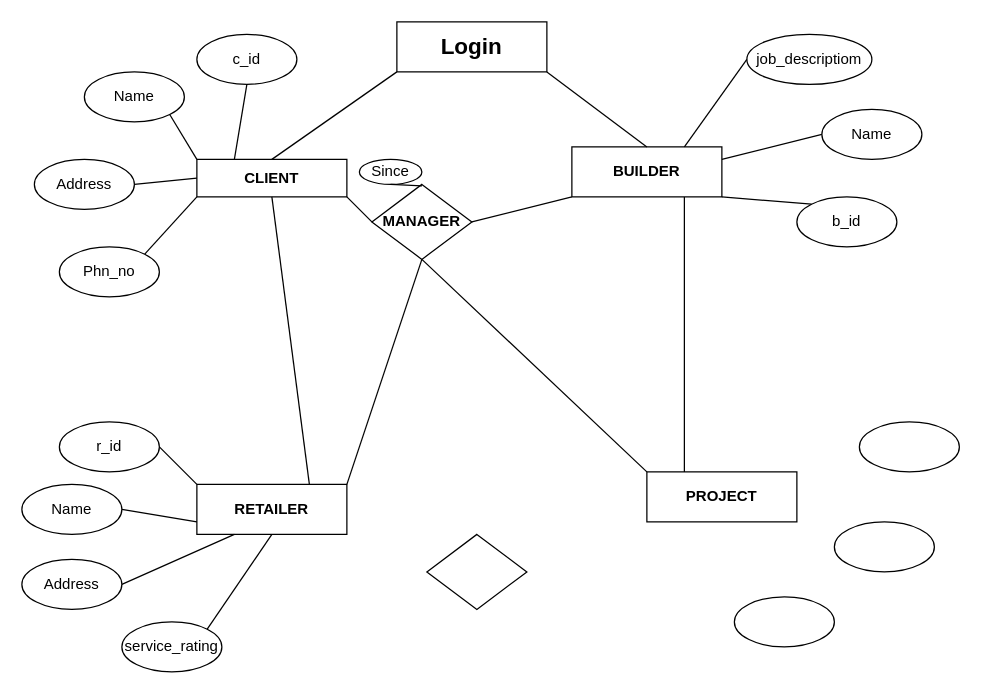
Before: ER.drawio in anjana02/Construction_Management_Project, a draw.io diagram. Source tidied: cells renumbered, new cells numbered last; positions are measured from the earlier drawing's top-left corner, leaving out a move shared by most shapes. Both pictures are drawn from the tidied source at 125%, with x=0, y=0 at pixel (21, 21).
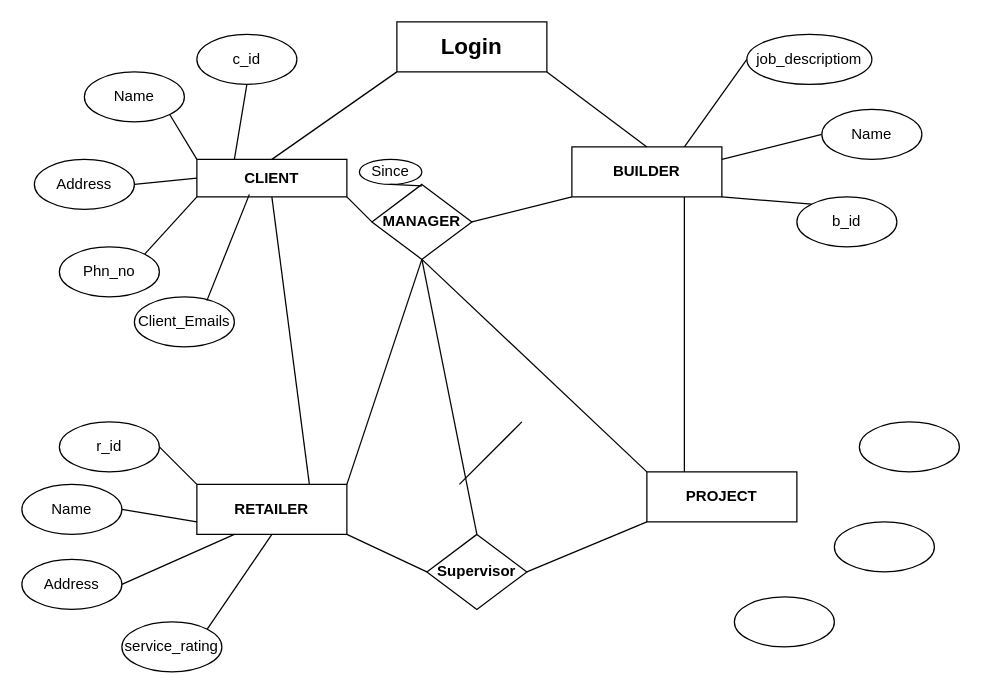
The same page after the edit.

The change refers to these unchanged cells:
```xml
<mxCell id="2" value="&lt;b&gt;CLIENT&lt;/b&gt;" style="rounded=0;whiteSpace=wrap;html=1;" parent="1" vertex="1">
  <mxGeometry x="140" y="110" width="120" height="30" as="geometry" />
</mxCell>
<mxCell id="4" value="&lt;b&gt;PROJECT&lt;/b&gt;" style="rounded=0;whiteSpace=wrap;html=1;" parent="1" vertex="1">
  <mxGeometry x="500" y="360" width="120" height="40" as="geometry" />
</mxCell>
<mxCell id="5" value="&lt;b&gt;RETAILER&lt;/b&gt;" style="rounded=0;whiteSpace=wrap;html=1;" parent="1" vertex="1">
  <mxGeometry x="140" y="370" width="120" height="40" as="geometry" />
</mxCell>
<mxCell id="13" value="&lt;b&gt;MANAGER&lt;/b&gt;" style="rhombus;whiteSpace=wrap;html=1;" parent="1" vertex="1">
  <mxGeometry x="280" y="130" width="80" height="60" as="geometry" />
</mxCell>
```

What changed in the source:
```diff
@@
-    <mxCell id="43" style="rhombus;whiteSpace=wrap;html=1;" parent="1" vertex="1">
+    <mxCell id="43" value="&lt;b&gt;Supervisor&lt;/b&gt;" style="rhombus;whiteSpace=wrap;html=1;" parent="1" vertex="1">
       <mxGeometry x="324" y="410" width="80" height="60" as="geometry" />
     </mxCell>
+    <mxCell id="44" value="Client_Emails" style="ellipse;whiteSpace=wrap;html=1;" parent="1" vertex="1">
+      <mxGeometry x="90" y="220" width="80" height="40" as="geometry" />
+    </mxCell>
+    <mxCell id="45" style="endArrow=none;html=1;rounded=0;exitX=0.725;exitY=0.075;exitDx=0;exitDy=0;entryX=0.35;entryY=0.933;entryDx=0;entryDy=0;entryPerimeter=0;exitPerimeter=0;" parent="1" edge="1" source="44" target="2">
+      <mxGeometry relative="1" as="geometry" />
+    </mxCell>
+    <mxCell id="46" style="endArrow=none;html=1;rounded=0;exitX=0;exitY=0.5;exitDx=0;exitDy=0;entryX=1;entryY=1;entryDx=0;entryDy=0;" parent="1" edge="1" source="43" target="5">
+      <mxGeometry relative="1" as="geometry" />
+    </mxCell>
+    <mxCell id="47" style="endArrow=none;html=1;rounded=0;exitX=0.5;exitY=0;exitDx=0;exitDy=0;entryX=0.5;entryY=1;entryDx=0;entryDy=0;" parent="1" edge="1" source="43" target="13">
+      <mxGeometry relative="1" as="geometry" />
+    </mxCell>
+    <mxCell id="48" style="endArrow=none;html=1;rounded=0;exitX=1;exitY=0.5;exitDx=0;exitDy=0;entryX=0;entryY=1;entryDx=0;entryDy=0;" parent="1" edge="1" source="43" target="4">
+      <mxGeometry relative="1" as="geometry" />
+    </mxCell>
+    <mxCell id="49" style="endArrow=none;html=1;rounded=0;" parent="1" edge="1">
+      <mxGeometry relative="1" as="geometry">
+        <mxPoint x="350" y="370" as="sourcePoint" />
+        <mxPoint x="400" y="320" as="targetPoint" />
+      </mxGeometry>
+    </mxCell>
```
